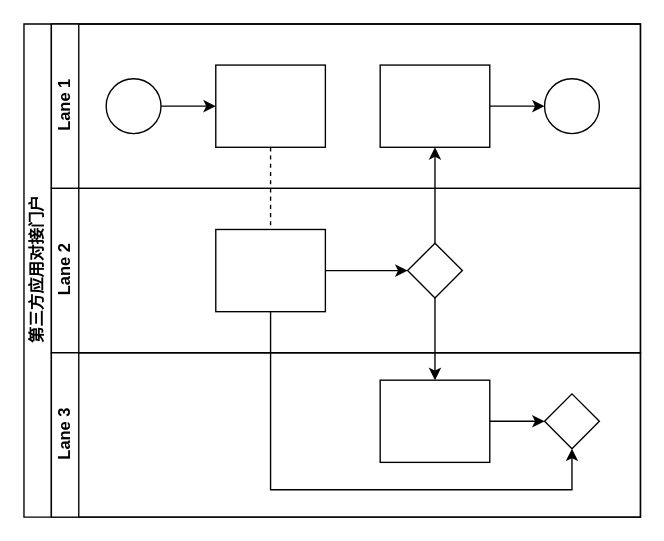
This is 未命名绘图.drawio from yumu7777777/yumu7777777, a draw.io file, before an edit. Source tidied: cells renumbered, new cells numbered last; positions are measured from the earlier drawing's top-left corner, leaving out a move shared by most shapes. Both pictures are drawn from the tidied source at 137%, with x=0, y=0 at pixel (23, 23).
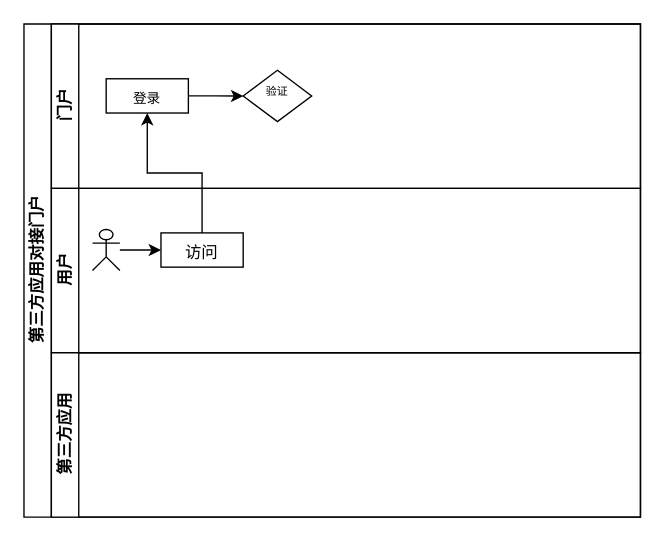
Above is the later version.

Commit message (it also covers changes not shown here):
更新未命名绘图.drawio

The change refers to these unchanged cells:
```xml
<mxCell id="2" value="第三方应用对接门户" style="swimlane;html=1;horizontal=0;startSize=20;" parent="1" vertex="1">
  <mxGeometry width="450" height="360" as="geometry" />
</mxCell>
```

Diff of the diagram source:
```diff
@@
-    <mxCell id="3" style="edgeStyle=orthogonalEdgeStyle;rounded=0;jettySize=auto;html=1;dashed=1;endArrow=none;endFill=0;" parent="2" edge="1" source="10" target="16">
-      <mxGeometry relative="1" as="geometry" />
-    </mxCell>
-    <mxCell id="4" style="edgeStyle=orthogonalEdgeStyle;rounded=0;jettySize=auto;html=1;endArrow=classic;endFill=1;" parent="2" edge="1" source="17" target="12">
-      <mxGeometry relative="1" as="geometry" />
-    </mxCell>
-    <mxCell id="5" style="edgeStyle=orthogonalEdgeStyle;rounded=0;jettySize=auto;html=1;endArrow=classic;endFill=1;" parent="2" edge="1" source="17" target="20">
-      <mxGeometry relative="1" as="geometry" />
-    </mxCell>
-    <mxCell id="6" style="edgeStyle=orthogonalEdgeStyle;rounded=0;jettySize=auto;html=1;endArrow=classic;endFill=1;" parent="2" edge="1" source="16" target="21">
-      <mxGeometry relative="1" as="geometry">
-        <Array as="points">
-          <mxPoint x="180" y="340" />
-          <mxPoint x="400" y="340" />
-        </Array>
-      </mxGeometry>
-    </mxCell>
-    <mxCell id="7" value="Lane 1" style="swimlane;html=1;startSize=20;horizontal=0;" parent="2" vertex="1">
+    <mxCell id="7" value="门户" style="swimlane;html=1;startSize=20;horizontal=0;" parent="2" vertex="1">
       <mxGeometry x="20" width="430" height="120" as="geometry" />
     </mxCell>
-    <mxCell id="8" style="edgeStyle=orthogonalEdgeStyle;rounded=0;jettySize=auto;html=1;" parent="7" edge="1" source="9" target="10">
-      <mxGeometry relative="1" as="geometry" />
-    </mxCell>
-    <mxCell id="9" style="ellipse;whiteSpace=wrap;html=1;" parent="7" vertex="1">
-      <mxGeometry x="40" y="40" width="40" height="40" as="geometry" />
-    </mxCell>
-    <mxCell id="10" style="rounded=0;whiteSpace=wrap;html=1;fontFamily=Helvetica;fontSize=12;fontColor=#000000;align=center;" parent="7" vertex="1">
-      <mxGeometry x="120" y="30" width="80" height="60" as="geometry" />
-    </mxCell>
-    <mxCell id="11" style="edgeStyle=orthogonalEdgeStyle;rounded=0;jettySize=auto;html=1;endArrow=classic;endFill=1;" parent="7" edge="1" source="12" target="13">
-      <mxGeometry relative="1" as="geometry" />
-    </mxCell>
-    <mxCell id="12" style="rounded=0;whiteSpace=wrap;html=1;fontFamily=Helvetica;fontSize=12;fontColor=#000000;align=center;" parent="7" vertex="1">
-      <mxGeometry x="240" y="30" width="80" height="60" as="geometry" />
-    </mxCell>
-    <mxCell id="13" style="ellipse;whiteSpace=wrap;html=1;" parent="7" vertex="1">
-      <mxGeometry x="360" y="40" width="40" height="40" as="geometry" />
-    </mxCell>
+    <mxCell id="22" value="&lt;font style=&quot;font-size: 10px;&quot;&gt;登录&lt;/font&gt;" style="whiteSpace=wrap;html=1;verticalAlign=top;" parent="7" vertex="1">
+      <mxGeometry x="40" y="40" width="60" height="25" as="geometry" />
+    </mxCell>
+    <mxCell id="23" value="&lt;font style=&quot;font-size: 8px;&quot;&gt;验证&lt;/font&gt;" style="rhombus;whiteSpace=wrap;html=1;verticalAlign=top;" parent="7" vertex="1">
+      <mxGeometry x="140" y="33.8" width="50" height="37.5" as="geometry" />
+    </mxCell>
+    <mxCell id="24" style="edgeStyle=orthogonalEdgeStyle;rounded=0;jettySize=auto;html=1;" parent="7" edge="1" source="22" target="23">
+      <mxGeometry relative="1" as="geometry" />
+    </mxCell>
-    <mxCell id="14" value="Lane 2" style="swimlane;html=1;startSize=20;horizontal=0;" parent="2" vertex="1">
+    <mxCell id="14" value="用户" style="swimlane;html=1;startSize=20;horizontal=0;" parent="2" vertex="1">
       <mxGeometry x="20" y="120" width="430" height="120" as="geometry" />
     </mxCell>
-    <mxCell id="15" style="edgeStyle=orthogonalEdgeStyle;rounded=0;jettySize=auto;html=1;endArrow=classic;endFill=1;" parent="14" edge="1" source="16" target="17">
-      <mxGeometry relative="1" as="geometry" />
-    </mxCell>
-    <mxCell id="16" style="rounded=0;whiteSpace=wrap;html=1;fontFamily=Helvetica;fontSize=12;fontColor=#000000;align=center;" parent="14" vertex="1">
-      <mxGeometry x="120" y="30" width="80" height="60" as="geometry" />
-    </mxCell>
-    <mxCell id="17" style="rhombus;whiteSpace=wrap;html=1;fontFamily=Helvetica;fontSize=12;fontColor=#000000;align=center;" parent="14" vertex="1">
-      <mxGeometry x="260" y="40" width="40" height="40" as="geometry" />
-    </mxCell>
+    <mxCell id="25" style="edgeStyle=orthogonalEdgeStyle;rounded=0;jettySize=auto;html=1;" parent="14" edge="1" source="26" target="27">
+      <mxGeometry relative="1" as="geometry" />
+    </mxCell>
+    <mxCell id="26" style="shape=umlActor;verticalLabelPosition=bottom;verticalAlign=top;html=1;outlineConnect=0;" parent="14" vertex="1">
+      <mxGeometry x="30" y="30" width="20" height="30" as="geometry" />
+    </mxCell>
+    <mxCell id="27" value="访问" style="whiteSpace=wrap;html=1;verticalAlign=top;" parent="14" vertex="1">
+      <mxGeometry x="80" y="32.5" width="60" height="25" as="geometry" />
+    </mxCell>
-    <mxCell id="18" value="Lane 3" style="swimlane;html=1;startSize=20;horizontal=0;" parent="2" vertex="1">
+    <mxCell id="18" value="第三方应用" style="swimlane;html=1;startSize=20;horizontal=0;" parent="2" vertex="1">
       <mxGeometry x="20" y="240" width="430" height="120" as="geometry" />
     </mxCell>
-    <mxCell id="19" style="edgeStyle=orthogonalEdgeStyle;rounded=0;jettySize=auto;html=1;endArrow=classic;endFill=1;" parent="18" edge="1" source="20" target="21">
-      <mxGeometry relative="1" as="geometry" />
-    </mxCell>
-    <mxCell id="20" style="rounded=0;whiteSpace=wrap;html=1;fontFamily=Helvetica;fontSize=12;fontColor=#000000;align=center;" parent="18" vertex="1">
-      <mxGeometry x="240" y="20" width="80" height="60" as="geometry" />
-    </mxCell>
-    <mxCell id="21" style="rhombus;whiteSpace=wrap;html=1;fontFamily=Helvetica;fontSize=12;fontColor=#000000;align=center;" parent="18" vertex="1">
-      <mxGeometry x="360" y="30" width="40" height="40" as="geometry" />
-    </mxCell>
+    <mxCell id="28" style="edgeStyle=orthogonalEdgeStyle;rounded=0;jettySize=auto;html=1;" parent="2" edge="1" source="27" target="22">
+      <mxGeometry relative="1" as="geometry" />
+    </mxCell>
```
